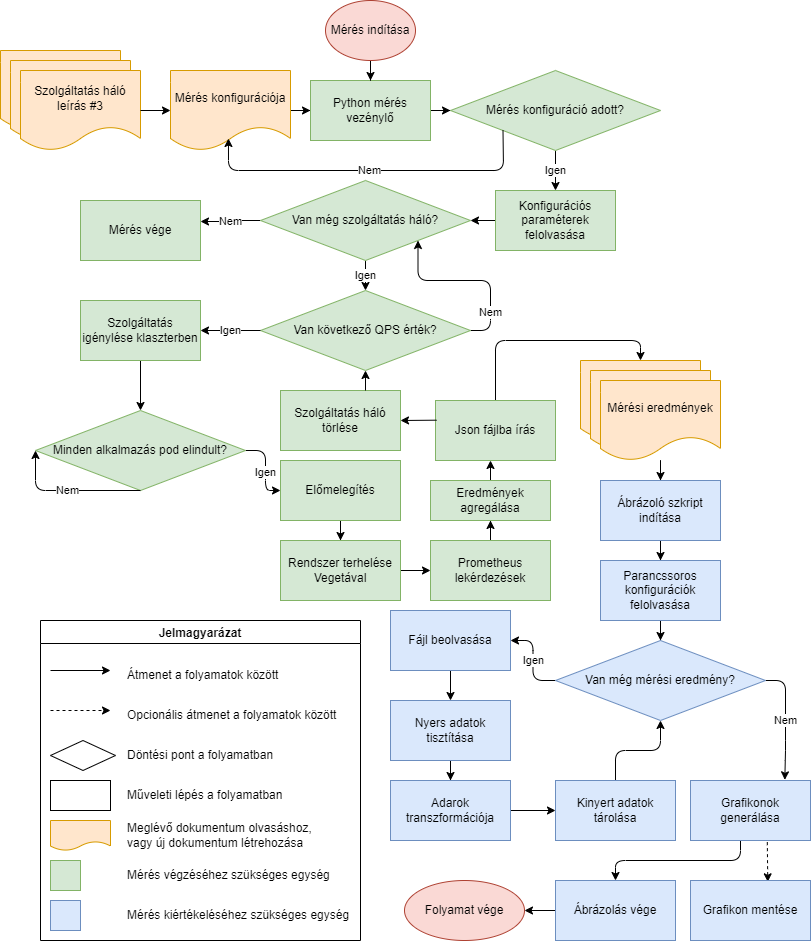
Tutkovics/Scaling_MSc keeps this draw.io diagram as thesis/figures/measurement_and_draw_workflow.png. Above is the earlier version. Source tidied: cells renumbered, new cells last; positions are measured from the earlier drawing's top-left corner, leaving out a move shared by most shapes.
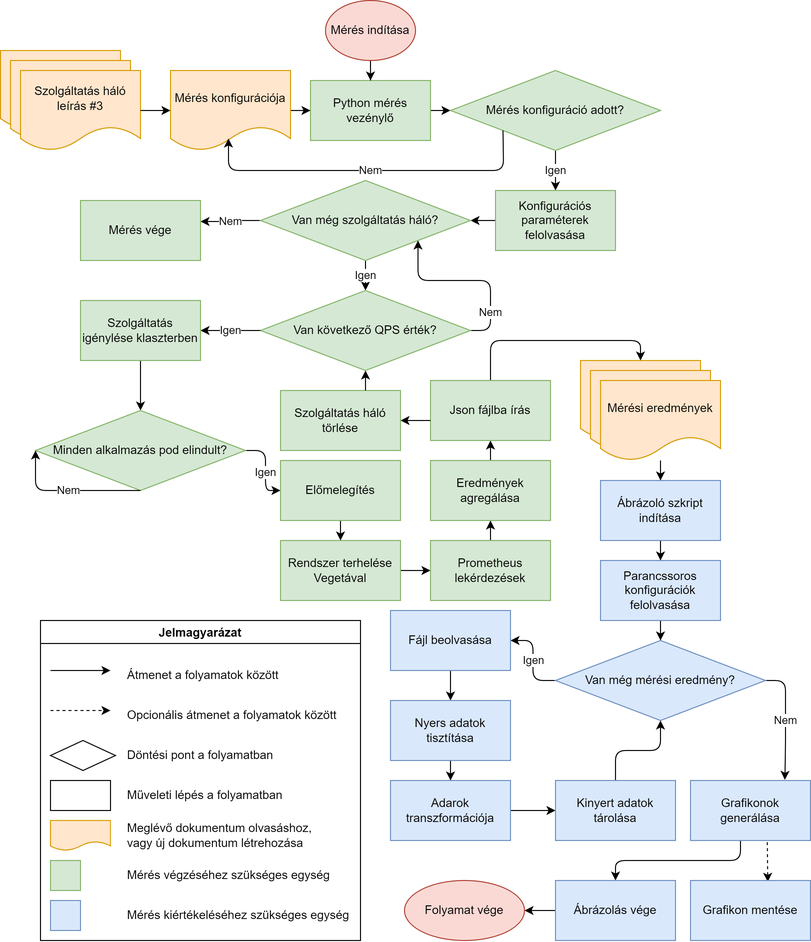
Above is the later version.

The edit, as a diff of the source:
```diff
@@ -118,22 +118,24 @@
     <mxCell id="34" style="edgeStyle=orthogonalEdgeStyle;rounded=0;jettySize=auto;html=1;" parent="1" edge="1" source="35" target="37">
       <mxGeometry relative="1" as="geometry">
         <Array as="points">
-          <mxPoint x="495" y="450" />
-          <mxPoint x="495" y="450" />
+          <mxPoint x="490" y="450" />
+          <mxPoint x="490" y="450" />
         </Array>
       </mxGeometry>
     </mxCell>
     <mxCell id="35" value="Eredmények agregálása" style="whiteSpace=wrap;html=1;fillColor=#d5e8d4;strokeColor=#82b366;" parent="1" vertex="1">
-      <mxGeometry x="430" y="480" width="120" height="40" as="geometry" />
+      <mxGeometry x="430" y="460" width="120" height="60" as="geometry" />
     </mxCell>
     <mxCell id="36" style="edgeStyle=orthogonalEdgeStyle;rounded=1;jettySize=auto;html=1;exitX=0.5;exitY=0;exitDx=0;exitDy=0;entryX=0.5;entryY=0;entryDx=0;entryDy=0;" parent="1" edge="1" source="37" target="2">
       <mxGeometry relative="1" as="geometry" />
     </mxCell>
     <mxCell id="37" value="Json fájlba írás" style="whiteSpace=wrap;html=1;fillColor=#d5e8d4;strokeColor=#82b366;" parent="1" vertex="1">
-      <mxGeometry x="435" y="400" width="120" height="60" as="geometry" />
+      <mxGeometry x="430" y="380" width="120" height="60" as="geometry" />
     </mxCell>
-    <mxCell id="38" style="endArrow=classic;html=1;rounded=1;entryX=1;entryY=0.5;entryDx=0;entryDy=0;exitX=0.009;exitY=0.328;exitDx=0;exitDy=0;exitPerimeter=0;" parent="1" edge="1" source="37" target="81">
-      <mxGeometry relative="1" as="geometry" />
+    <mxCell id="38" style="endArrow=classic;html=1;rounded=1;entryX=1;entryY=0.5;entryDx=0;entryDy=0;" parent="1" edge="1" target="81">
+      <mxGeometry relative="1" as="geometry">
+        <mxPoint x="430" y="420" as="sourcePoint" />
+      </mxGeometry>
     </mxCell>
     <mxCell id="39" value="Mérés vége" style="whiteSpace=wrap;html=1;fillColor=#d5e8d4;strokeColor=#82b366;" parent="1" vertex="1">
       <mxGeometry x="80" y="200" width="120" height="60" as="geometry" />
```
